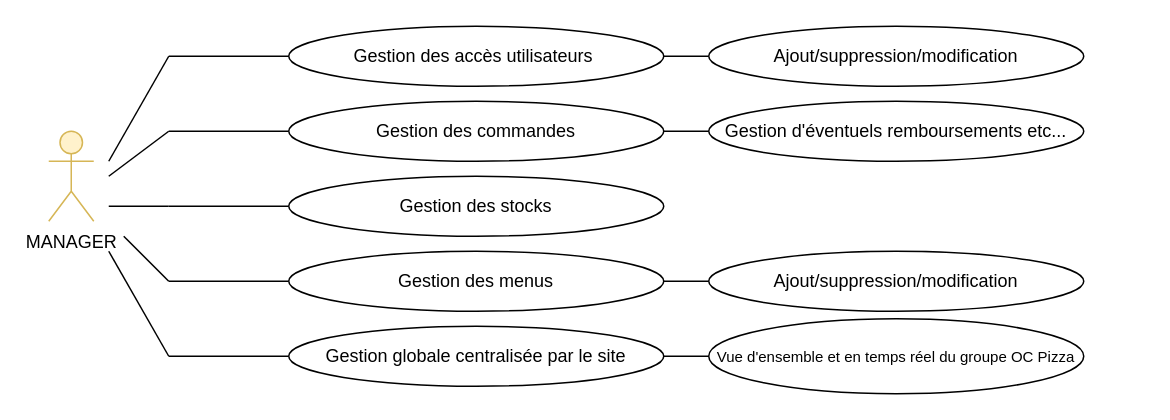
This is Manager.drawio from OMorlotti/P4-analyser-les-besoin-de-mon-client-pour-son-groupe-de-pizzerias, a draw.io file, before an edit. Source tidied: cells renumbered, new cells numbered last; positions are measured from the earlier drawing's top-left corner, leaving out a move shared by most shapes. Both pictures are drawn from the tidied source at 150%, with x=0, y=0 at pixel (48, 26).
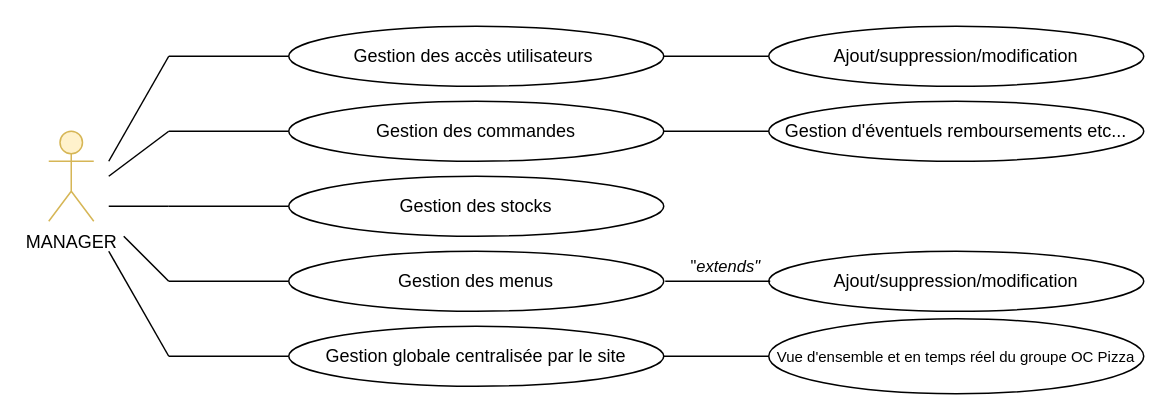
Above is the later version.

Unchanged cells that the change refers to:
```xml
<mxCell id="12" value="Gestion des menus" style="ellipse;whiteSpace=wrap;html=1;" parent="1" vertex="1">
  <mxGeometry x="160" y="150" width="250" height="40" as="geometry" />
</mxCell>
```

The edit, as a diff of the source:
```diff
@@
     <mxCell id="15" value="Ajout/suppression/modification" style="ellipse;whiteSpace=wrap;html=1;" parent="1" vertex="1">
-      <mxGeometry x="440" width="250" height="40" as="geometry" />
+      <mxGeometry x="480" width="250" height="40" as="geometry" />
     </mxCell>
     <mxCell id="16" value="Gestion d'éventuels remboursements etc..." style="ellipse;whiteSpace=wrap;html=1;" parent="1" vertex="1">
-      <mxGeometry x="440" y="50" width="250" height="40" as="geometry" />
+      <mxGeometry x="480" y="50" width="250" height="40" as="geometry" />
     </mxCell>
     <mxCell id="17" value="Ajout/suppression/modification" style="ellipse;whiteSpace=wrap;html=1;" parent="1" vertex="1">
-      <mxGeometry x="440" y="150" width="250" height="40" as="geometry" />
+      <mxGeometry x="480" y="150" width="250" height="40" as="geometry" />
     </mxCell>
@@
-    <mxCell id="19" style="endArrow=none;html=1;entryX=0;entryY=0.5;entryDx=0;entryDy=0;exitX=1;exitY=0.5;exitDx=0;exitDy=0;" parent="1" edge="1" source="12" target="17">
-      <mxGeometry relative="1" as="geometry" />
+    <mxCell id="19" value="&quot;&lt;i&gt;extends&quot;&lt;br&gt;&lt;/i&gt;" style="endArrow=none;html=1;entryX=0;entryY=0.5;entryDx=0;entryDy=0;exitX=1;exitY=0.5;exitDx=0;exitDy=0;" parent="1" edge="1">
+      <mxGeometry x="0.14" y="10" relative="1" as="geometry">
+        <mxPoint x="411" y="170" as="sourcePoint" />
+        <mxPoint x="481" y="170" as="targetPoint" />
+      </mxGeometry>
     </mxCell>
@@
     <mxCell id="24" value="&lt;font style=&quot;font-size: 10px&quot;&gt;Vue d'ensemble et en temps réel du groupe OC Pizza&lt;/font&gt;" style="ellipse;whiteSpace=wrap;html=1;" parent="1" vertex="1">
-      <mxGeometry x="440" y="195" width="250" height="50" as="geometry" />
+      <mxGeometry x="480" y="195" width="250" height="50" as="geometry" />
     </mxCell>
```
